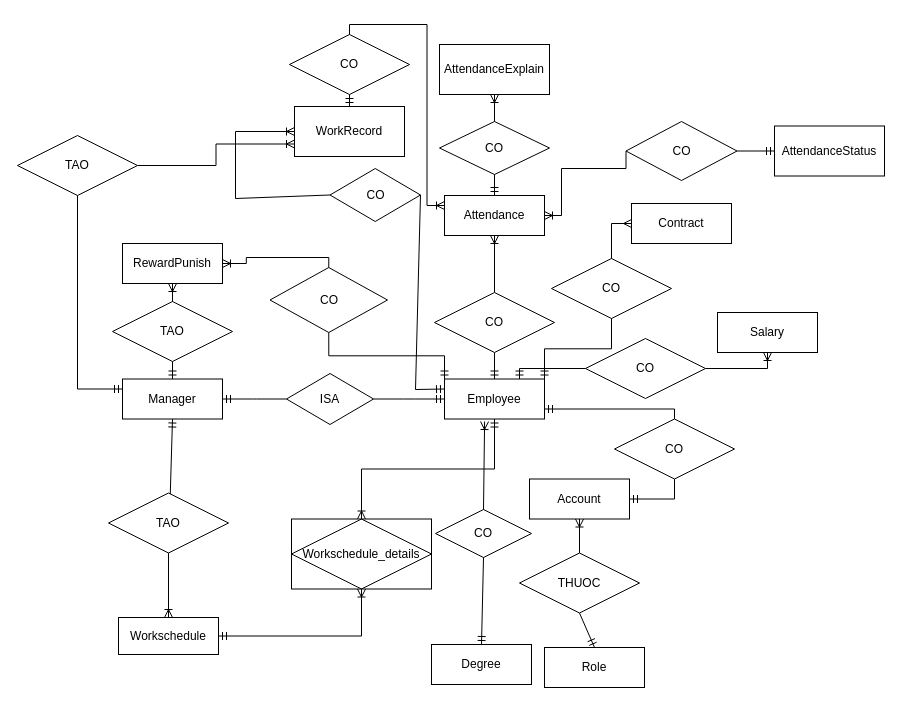
VanTruongPTITHCM2002/DoAnJava keeps this draw.io diagram as page "Trang-3" (3 of 5) of tttn.drawio. Above is the earlier version. Source tidied: cells renumbered, new cells numbered last; positions are measured from the earlier drawing's top-left corner, leaving out a move shared by most shapes. Both pictures are drawn from the tidied source at 100%, with x=0, y=0 at pixel (17, 34).
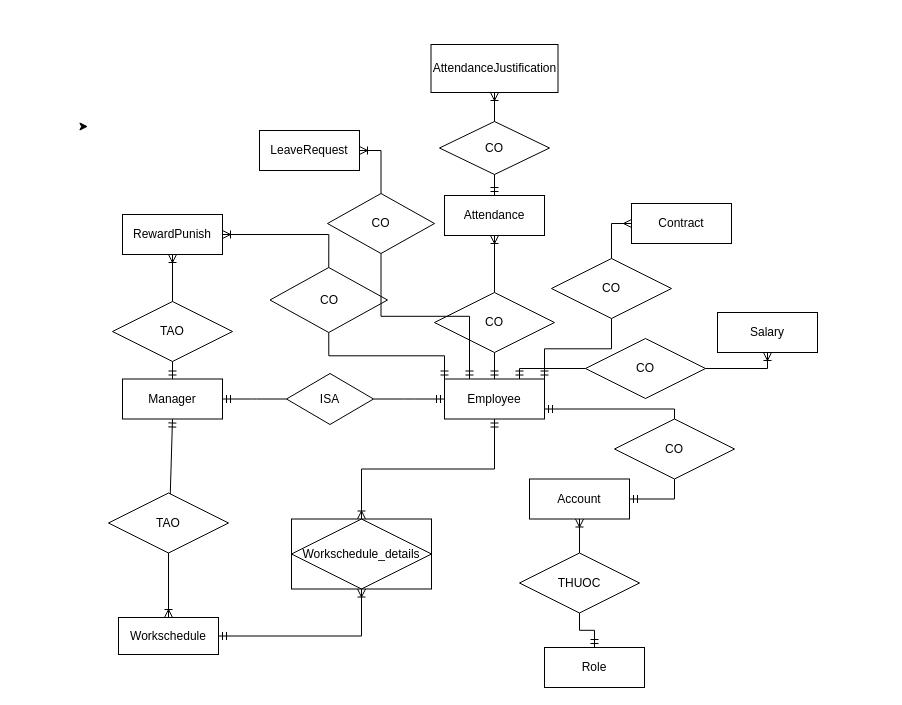
After the change.

Commit message:
Cập nhật tttn.drawio

The change refers to these unchanged cells:
```xml
<mxCell id="2" value="Employee" style="whiteSpace=wrap;html=1;align=center;" parent="1" vertex="1">
  <mxGeometry x="427" y="344.5" width="100" height="40" as="geometry" />
</mxCell>
<mxCell id="3" value="Manager" style="whiteSpace=wrap;html=1;align=center;" parent="1" vertex="1">
  <mxGeometry x="105" y="344.5" width="100" height="40" as="geometry" />
</mxCell>
<mxCell id="8" value="Role" style="whiteSpace=wrap;html=1;align=center;" parent="1" vertex="1">
  <mxGeometry x="527" y="613" width="100" height="40" as="geometry" />
</mxCell>
<mxCell id="12" value="THUOC" style="shape=rhombus;perimeter=rhombusPerimeter;whiteSpace=wrap;html=1;align=center;" parent="1" vertex="1">
  <mxGeometry x="502" y="518.5" width="120" height="60" as="geometry" />
</mxCell>
<mxCell id="15" value="Attendance" style="whiteSpace=wrap;html=1;align=center;" parent="1" vertex="1">
  <mxGeometry x="427" y="161" width="100" height="40" as="geometry" />
</mxCell>
```

Diff of the diagram source:
```diff
@@
-    <mxCell id="13" style="fontSize=12;html=1;endArrow=ERmandOne;rounded=0;exitX=0.5;exitY=1;exitDx=0;exitDy=0;entryX=0.5;entryY=0;entryDx=0;entryDy=0;" parent="1" edge="1" source="12" target="8">
+    <mxCell id="13" style="fontSize=12;html=1;endArrow=ERmandOne;rounded=0;exitX=0.5;exitY=1;exitDx=0;exitDy=0;entryX=0.5;entryY=0;entryDx=0;entryDy=0;edgeStyle=orthogonalEdgeStyle;" parent="1" edge="1" source="12" target="8">
       <mxGeometry relative="1" as="geometry" />
     </mxCell>
@@
     <mxCell id="26" value="RewardPunish" style="whiteSpace=wrap;html=1;align=center;" parent="1" vertex="1">
-      <mxGeometry x="105" y="209" width="100" height="40" as="geometry" />
+      <mxGeometry x="105" y="180" width="100" height="40" as="geometry" />
     </mxCell>
@@
-    <mxCell id="38" value="Degree" style="whiteSpace=wrap;html=1;align=center;" parent="1" vertex="1">
-      <mxGeometry x="414" y="610" width="100" height="40" as="geometry" />
-    </mxCell>
-    <mxCell id="39" value="CO" style="shape=rhombus;perimeter=rhombusPerimeter;whiteSpace=wrap;html=1;align=center;" parent="1" vertex="1">
-      <mxGeometry x="418" y="475" width="96" height="48" as="geometry" />
-    </mxCell>
-    <mxCell id="40" style="fontSize=12;html=1;endArrow=ERmandOne;rounded=0;exitX=0.5;exitY=1;exitDx=0;exitDy=0;entryX=0.5;entryY=0;entryDx=0;entryDy=0;" parent="1" edge="1" source="39" target="38">
-      <mxGeometry relative="1" as="geometry" />
-    </mxCell>
-    <mxCell id="41" style="fontSize=12;html=1;endArrow=ERoneToMany;rounded=0;exitX=0.5;exitY=0;exitDx=0;exitDy=0;entryX=0.401;entryY=1.063;entryDx=0;entryDy=0;entryPerimeter=0;" parent="1" edge="1" source="39" target="2">
-      <mxGeometry relative="1" as="geometry" />
-    </mxCell>
-    <mxCell id="42" value="AttendanceStatus" style="html=1;whiteSpace=wrap;" parent="1" vertex="1">
-      <mxGeometry x="757" y="91.5" width="110" height="50" as="geometry" />
-    </mxCell>
-    <mxCell id="43" value="WorkRecord" style="html=1;whiteSpace=wrap;" parent="1" vertex="1">
-      <mxGeometry x="277" y="72" width="110" height="50" as="geometry" />
-    </mxCell>
+    <mxCell id="63" style="edgeStyle=orthogonalEdgeStyle;rounded=0;orthogonalLoop=1;jettySize=auto;html=1;exitX=0;exitY=0.5;exitDx=0;exitDy=0;" parent="1" edge="1">
+      <mxGeometry relative="1" as="geometry">
+        <mxPoint x="64" y="92" as="sourcePoint" />
+        <mxPoint x="70.5" y="92.6" as="targetPoint" />
+      </mxGeometry>
+    </mxCell>
-    <mxCell id="44" value="AttendanceExplain" style="html=1;whiteSpace=wrap;" parent="1" vertex="1">
-      <mxGeometry x="422" y="10" width="110" height="50" as="geometry" />
+    <mxCell id="44" value="AttendanceJustification" style="html=1;whiteSpace=wrap;" parent="1" vertex="1">
+      <mxGeometry x="413.5" y="10" width="127" height="48" as="geometry" />
     </mxCell>
@@
-    <mxCell id="48" value="CO" style="shape=rhombus;perimeter=rhombusPerimeter;whiteSpace=wrap;html=1;align=center;" parent="1" vertex="1">
-      <mxGeometry x="608.5" y="87" width="111" height="59" as="geometry" />
-    </mxCell>
-    <mxCell id="49" style="fontSize=12;html=1;endArrow=ERmandOne;rounded=0;exitX=1;exitY=0.5;exitDx=0;exitDy=0;entryX=0;entryY=0.5;entryDx=0;entryDy=0;" parent="1" edge="1" source="48" target="42">
-      <mxGeometry relative="1" as="geometry" />
-    </mxCell>
-    <mxCell id="50" style="fontSize=12;html=1;endArrow=ERoneToMany;rounded=0;exitX=0;exitY=0.5;exitDx=0;exitDy=0;entryX=1;entryY=0.5;entryDx=0;entryDy=0;edgeStyle=orthogonalEdgeStyle;" parent="1" edge="1" source="48" target="15">
-      <mxGeometry relative="1" as="geometry">
-        <Array as="points">
-          <mxPoint x="608" y="134" />
-          <mxPoint x="544" y="134" />
-          <mxPoint x="544" y="181" />
-        </Array>
-      </mxGeometry>
-    </mxCell>
-    <mxCell id="51" value="CO" style="shape=rhombus;perimeter=rhombusPerimeter;whiteSpace=wrap;html=1;align=center;" parent="1" vertex="1">
-      <mxGeometry x="312.5" y="134" width="90.5" height="53" as="geometry" />
-    </mxCell>
-    <mxCell id="52" style="fontSize=12;html=1;endArrow=ERmandOne;rounded=0;exitX=1;exitY=0.5;exitDx=0;exitDy=0;entryX=0;entryY=0.25;entryDx=0;entryDy=0;" parent="1" edge="1" source="51" target="2">
-      <mxGeometry relative="1" as="geometry">
-        <Array as="points">
-          <mxPoint x="398" y="355" />
-        </Array>
-      </mxGeometry>
-    </mxCell>
-    <mxCell id="53" style="fontSize=12;html=1;endArrow=ERoneToMany;rounded=0;exitX=0;exitY=0.5;exitDx=0;exitDy=0;entryX=0;entryY=0.5;entryDx=0;entryDy=0;" parent="1" edge="1" source="51" target="43">
-      <mxGeometry relative="1" as="geometry">
-        <Array as="points">
-          <mxPoint x="218" y="164" />
-          <mxPoint x="218" y="97" />
-        </Array>
-      </mxGeometry>
-    </mxCell>
@@
-    <mxCell id="57" value="TAO" style="shape=rhombus;perimeter=rhombusPerimeter;whiteSpace=wrap;html=1;align=center;" parent="1" vertex="1">
-      <mxGeometry y="101" width="120" height="60" as="geometry" />
-    </mxCell>
-    <mxCell id="58" style="edgeStyle=orthogonalEdgeStyle;fontSize=12;html=1;endArrow=ERmandOne;rounded=0;exitX=0.5;exitY=1;exitDx=0;exitDy=0;entryX=0;entryY=0.25;entryDx=0;entryDy=0;" parent="1" edge="1" source="57" target="3">
-      <mxGeometry relative="1" as="geometry" />
-    </mxCell>
-    <mxCell id="59" style="fontSize=12;html=1;endArrow=ERoneToMany;rounded=0;exitX=1;exitY=0.5;exitDx=0;exitDy=0;entryX=0;entryY=0.75;entryDx=0;entryDy=0;edgeStyle=orthogonalEdgeStyle;" parent="1" edge="1" source="57" target="43">
-      <mxGeometry relative="1" as="geometry" />
-    </mxCell>
-    <mxCell id="60" value="CO" style="shape=rhombus;perimeter=rhombusPerimeter;whiteSpace=wrap;html=1;align=center;" parent="1" vertex="1">
-      <mxGeometry x="272" width="120" height="60" as="geometry" />
-    </mxCell>
-    <mxCell id="61" style="fontSize=12;html=1;endArrow=ERmandOne;rounded=0;exitX=0.5;exitY=1;exitDx=0;exitDy=0;entryX=0.5;entryY=0;entryDx=0;entryDy=0;" parent="1" edge="1" source="60" target="43">
-      <mxGeometry relative="1" as="geometry" />
-    </mxCell>
-    <mxCell id="62" style="fontSize=12;html=1;endArrow=ERoneToMany;rounded=0;exitX=0.5;exitY=0;exitDx=0;exitDy=0;entryX=0;entryY=0.25;entryDx=0;entryDy=0;edgeStyle=orthogonalEdgeStyle;" parent="1" edge="1" source="60" target="15">
-      <mxGeometry relative="1" as="geometry" />
-    </mxCell>
+    <mxCell id="64" value="LeaveRequest" style="whiteSpace=wrap;html=1;align=center;" parent="1" vertex="1">
+      <mxGeometry x="242" y="96" width="100" height="40" as="geometry" />
+    </mxCell>
+    <mxCell id="65" value="CO" style="shape=rhombus;perimeter=rhombusPerimeter;whiteSpace=wrap;html=1;align=center;" parent="1" vertex="1">
+      <mxGeometry x="310" y="159" width="107" height="60" as="geometry" />
+    </mxCell>
+    <mxCell id="66" style="edgeStyle=orthogonalEdgeStyle;fontSize=12;html=1;endArrow=ERoneToMany;rounded=0;exitX=0.5;exitY=0;exitDx=0;exitDy=0;entryX=1;entryY=0.5;entryDx=0;entryDy=0;" parent="1" edge="1" source="65" target="64">
+      <mxGeometry relative="1" as="geometry" />
+    </mxCell>
+    <mxCell id="67" style="edgeStyle=orthogonalEdgeStyle;fontSize=12;html=1;endArrow=ERmandOne;rounded=0;exitX=0.5;exitY=1;exitDx=0;exitDy=0;entryX=0.25;entryY=0;entryDx=0;entryDy=0;" parent="1" edge="1" source="65" target="2">
+      <mxGeometry relative="1" as="geometry" />
+    </mxCell>
```
